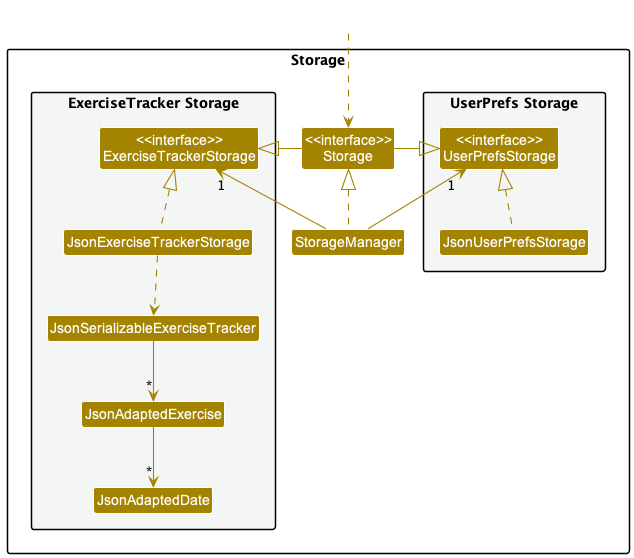
Above: docs/images/StorageClassDiagram.png in nus-cs2103-AY2223S1/tp (PlantUML), before the change.
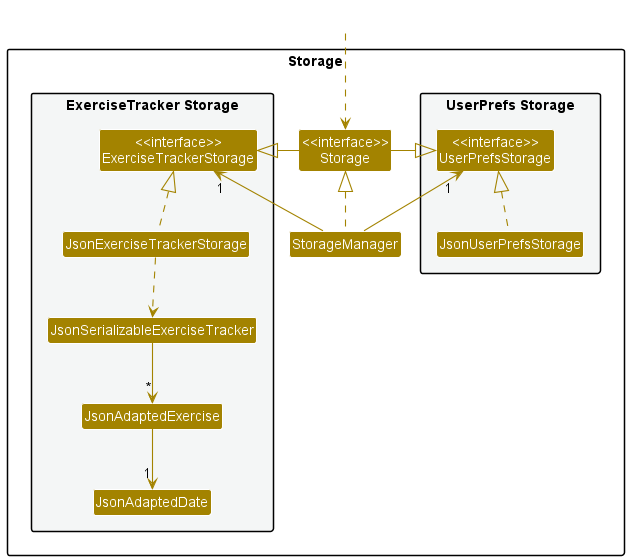
After the change.

What changed in the source:
```diff
@@ -38,6 +38,6 @@
 JsonExerciseTrackerStorage .up.|> ExerciseTrackerStorage
 JsonExerciseTrackerStorage ..> JsonSerializableExerciseTracker
 JsonSerializableExerciseTracker --> "*" JsonAdaptedExercise
-JsonAdaptedExercise --> "*" JsonAdaptedDate
+JsonAdaptedExercise --> "1" JsonAdaptedDate
 
 @enduml
```
